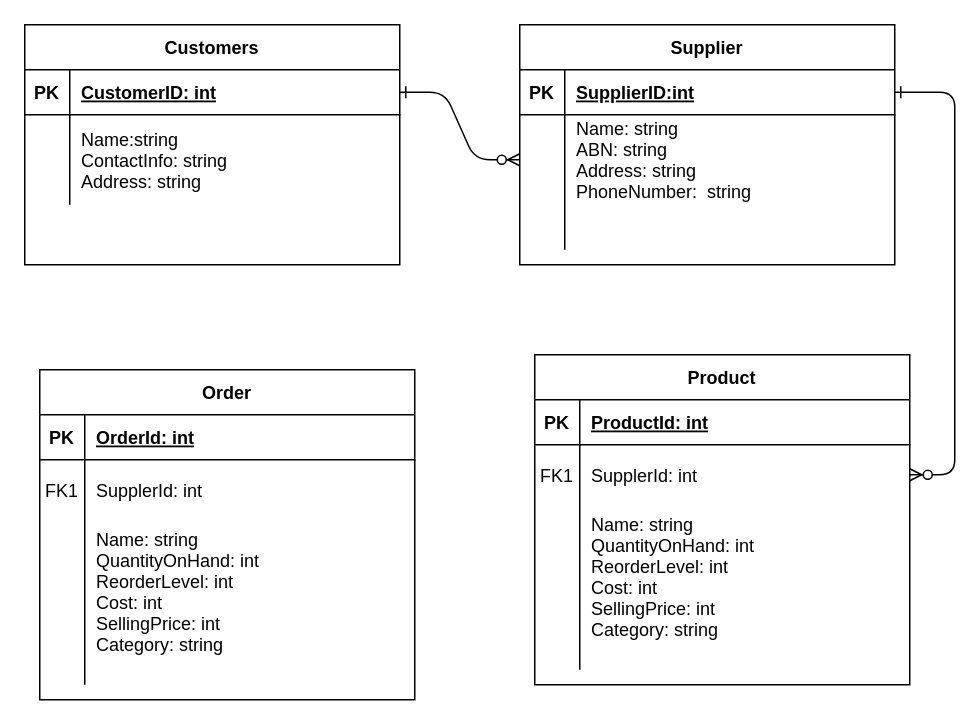
Above: Untitled Diagram.drawio in Anilparajuli4/Filmyverse (draw.io), before the change. Source tidied: cells renumbered, new cells numbered last; positions are measured from the earlier drawing's top-left corner, leaving out a move shared by most shapes. Both pictures are drawn from the tidied source at 150%, with x=0, y=0 at pixel (24, 24).
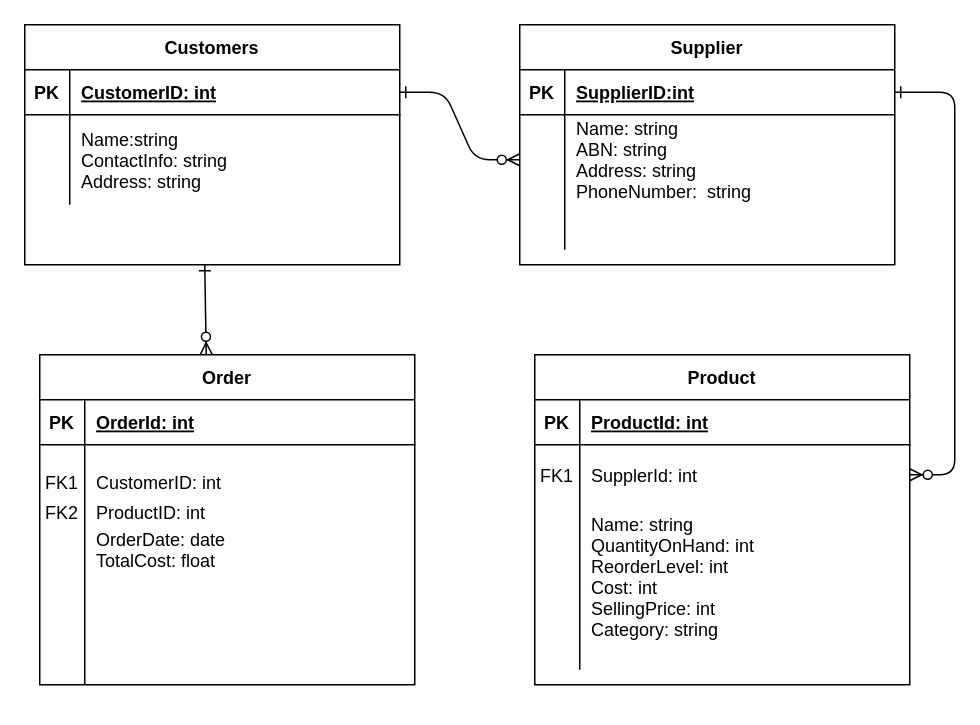
Above is the later version.

The edit, as a diff of the source:
```diff
@@
     <mxCell id="31" value="Order" style="shape=table;startSize=30;childLayout=tableLayout;rowLines=0;fontStyle=1;align=center;" parent="1" vertex="1">
-      <mxGeometry x="10" y="230" width="250" height="220" as="geometry" />
+      <mxGeometry x="10" y="220" width="250" height="220" as="geometry" />
     </mxCell>
@@
     <mxCell id="35" style="shape=partialRectangle;fillColor=none;top=0;left=0;right=0;bottom=0;" parent="31" vertex="1">
-      <mxGeometry y="60" width="250" height="40" as="geometry" />
+      <mxGeometry y="60" width="250" height="50" as="geometry" />
     </mxCell>
     <mxCell id="36" value="FK1" style="shape=partialRectangle;overflow=hidden;fillColor=none;top=0;left=0;bottom=0;right=0;" parent="35" vertex="1">
-      <mxGeometry width="30" height="40" as="geometry" />
+      <mxGeometry width="30" height="50" as="geometry" />
     </mxCell>
-    <mxCell id="37" value="SupplerId: int" style="shape=partialRectangle;overflow=hidden;fillColor=none;top=0;left=0;bottom=0;right=0;align=left;spacingLeft=6;" parent="35" vertex="1">
-      <mxGeometry x="30" width="220" height="40" as="geometry" />
+    <mxCell id="37" value="CustomerID: int" style="shape=partialRectangle;overflow=hidden;fillColor=none;top=0;left=0;bottom=0;right=0;align=left;spacingLeft=6;" parent="35" vertex="1">
+      <mxGeometry x="30" width="220" height="50" as="geometry" />
     </mxCell>
     <mxCell id="38" style="shape=partialRectangle;fillColor=none;top=0;left=0;right=0;bottom=0;" parent="31" vertex="1">
-      <mxGeometry y="100" width="250" height="110" as="geometry" />
+      <mxGeometry y="110" width="250" height="110" as="geometry" />
     </mxCell>
@@
-    <mxCell id="40" value="Name: string&#10;QuantityOnHand: int&#10;ReorderLevel: int&#10;Cost: int&#10;SellingPrice: int&#10;Category: string&#10;" style="shape=partialRectangle;overflow=hidden;fillColor=none;top=0;left=0;bottom=0;right=0;align=left;spacingLeft=6;" parent="38" vertex="1">
+    <mxCell id="40" value="OrderDate: date&#10;TotalCost: float&#10;&#10;&#10;&#10;&#10;" style="shape=partialRectangle;overflow=hidden;fillColor=none;top=0;left=0;bottom=0;right=0;align=left;spacingLeft=6;" parent="38" vertex="1">
       <mxGeometry x="30" width="220" height="110" as="geometry" />
     </mxCell>
+    <mxCell id="41" style="shape=partialRectangle;fillColor=none;top=0;left=0;right=0;bottom=0;" parent="1" vertex="1">
+      <mxGeometry x="10" y="310" width="250" height="30" as="geometry" />
+    </mxCell>
+    <mxCell id="42" value="FK2" style="shape=partialRectangle;overflow=hidden;fillColor=none;top=0;left=0;bottom=0;right=0;" parent="41" vertex="1">
+      <mxGeometry width="30" height="30" as="geometry" />
+    </mxCell>
+    <mxCell id="43" value="ProductID: int" style="shape=partialRectangle;overflow=hidden;fillColor=none;top=0;left=0;bottom=0;right=0;align=left;spacingLeft=6;" parent="41" vertex="1">
+      <mxGeometry x="30" width="220" height="30" as="geometry" />
+    </mxCell>
+    <mxCell id="44" style="endArrow=ERzeroToMany;startArrow=ERone;endFill=1;startFill=0;" parent="1" edge="1">
+      <mxGeometry relative="1" as="geometry">
+        <mxPoint x="120" y="160" as="sourcePoint" />
+        <mxPoint x="121" y="220" as="targetPoint" />
+      </mxGeometry>
+    </mxCell>
```
